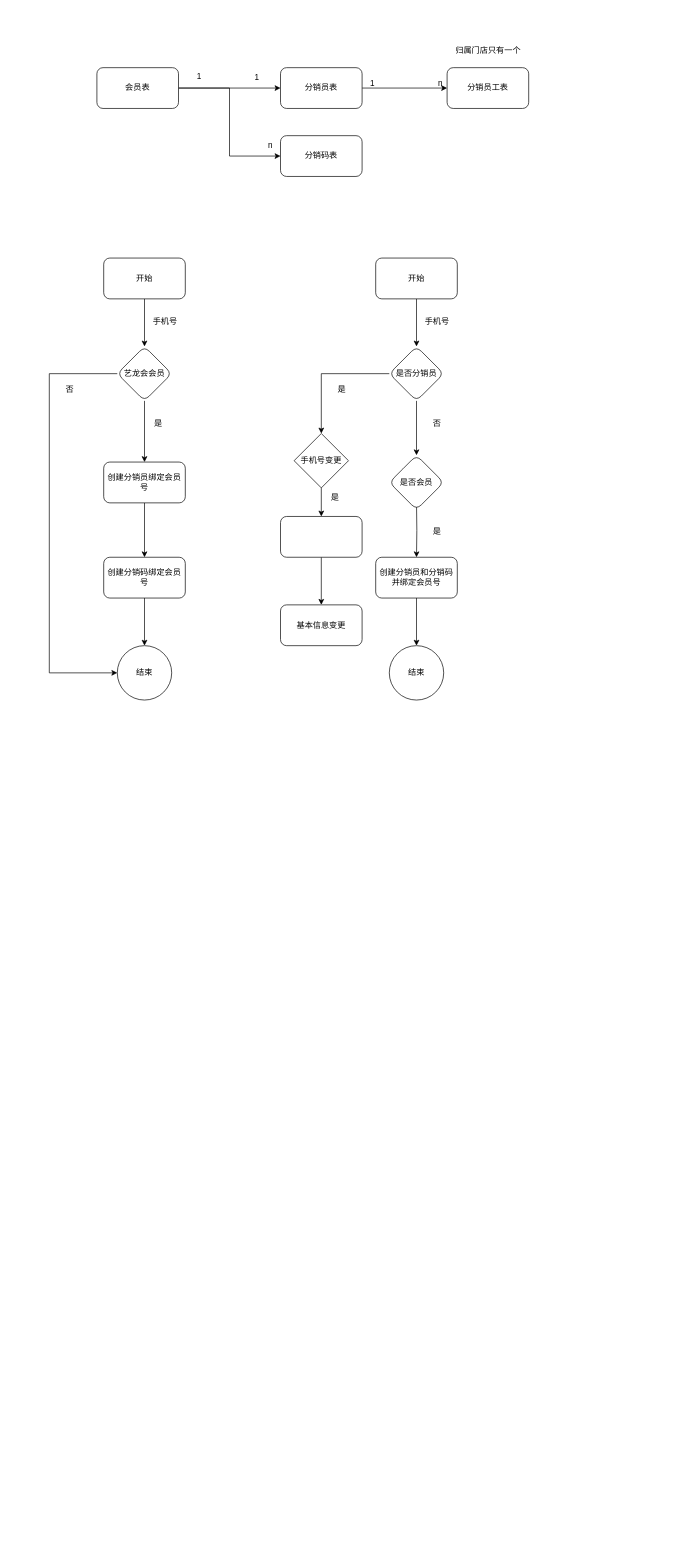
This is 分销.drawio from VilaNan/tsxxx.github.io, a draw.io file, before an edit. Source tidied: cells renumbered, new cells numbered last; positions are measured from the earlier drawing's top-left corner, leaving out a move shared by most shapes. Both pictures are drawn from the tidied source at 68%, with x=0, y=0 at pixel (49, 40).
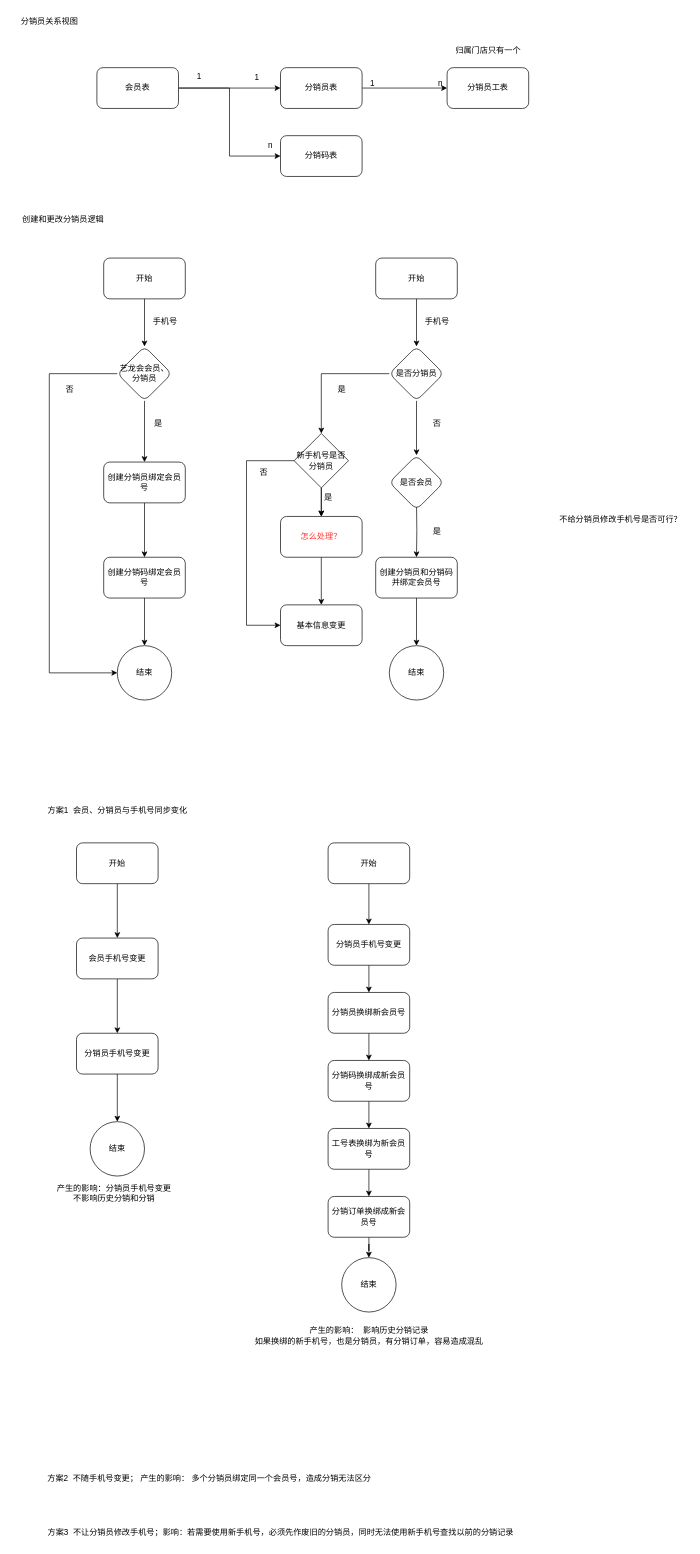
The same diagram, later.

Change to the diagram source:
```diff
@@
-    <mxCell id="19" value="艺龙会会员" style="rhombus;whiteSpace=wrap;html=1;rounded=1;" parent="1" vertex="1">
+    <mxCell id="19" value="艺龙会会员、分销员" style="rhombus;whiteSpace=wrap;html=1;rounded=1;" parent="1" vertex="1">
       <mxGeometry x="100" y="450" width="80" height="80" as="geometry" />
     </mxCell>
@@
+    <mxCell id="48" style="edgeStyle=orthogonalEdgeStyle;rounded=0;jettySize=auto;html=1;" parent="1" edge="1" source="43" target="45">
+      <mxGeometry relative="1" as="geometry" />
+    </mxCell>
+    <mxCell id="49" style="edgeStyle=orthogonalEdgeStyle;rounded=0;jettySize=auto;html=1;entryX=0;entryY=0.5;entryDx=0;entryDy=0;" parent="1" edge="1" source="43" target="47">
+      <mxGeometry relative="1" as="geometry">
+        <Array as="points">
+          <mxPoint x="290" y="618" />
+          <mxPoint x="290" y="860" />
+        </Array>
+      </mxGeometry>
+    </mxCell>
-    <mxCell id="43" value="手机号变更" style="rhombus;whiteSpace=wrap;html=1;" parent="1" vertex="1">
+    <mxCell id="43" value="新手机号是否分销员" style="rhombus;whiteSpace=wrap;html=1;" parent="1" vertex="1">
       <mxGeometry x="360" y="578" width="80" height="80" as="geometry" />
     </mxCell>
@@
-    <mxCell id="45" style="rounded=1;whiteSpace=wrap;html=1;" parent="1" vertex="1">
+    <mxCell id="45" value="&lt;font color=&quot;#ff3333&quot;&gt;怎么处理？&lt;/font&gt;" style="rounded=1;whiteSpace=wrap;html=1;" parent="1" vertex="1">
       <mxGeometry x="340" y="700" width="120" height="60" as="geometry" />
     </mxCell>
+    <mxCell id="47" value="基本信息变更" style="rounded=1;whiteSpace=wrap;html=1;" parent="1" vertex="1">
+      <mxGeometry x="340" y="830" width="120" height="60" as="geometry" />
+    </mxCell>
     <mxCell id="46" value="是" style="text;html=1;align=center;verticalAlign=middle;strokeColor=none;fillColor=none;" parent="1" vertex="1">
-      <mxGeometry x="400" y="658" width="40" height="30" as="geometry" />
+      <mxGeometry x="390" y="658" width="40" height="30" as="geometry" />
     </mxCell>
-    <mxCell id="47" value="基本信息变更" style="rounded=1;whiteSpace=wrap;html=1;" parent="1" vertex="1">
-      <mxGeometry x="340" y="830" width="120" height="60" as="geometry" />
-    </mxCell>
+    <mxCell id="50" value="否" style="text;html=1;align=center;verticalAlign=middle;strokeColor=none;fillColor=none;" parent="1" vertex="1">
+      <mxGeometry x="295" y="620" width="40" height="30" as="geometry" />
+    </mxCell>
+    <mxCell id="51" value="不给分销员修改手机号是否可行？" style="text;html=1;align=center;verticalAlign=middle;strokeColor=none;fillColor=none;" parent="1" vertex="1">
+      <mxGeometry x="740" y="690" width="200" height="30" as="geometry" />
+    </mxCell>
+    <mxCell id="52" style="edgeStyle=orthogonalEdgeStyle;rounded=0;jettySize=auto;html=1;" parent="1" edge="1" source="53" target="56">
+      <mxGeometry relative="1" as="geometry" />
+    </mxCell>
+    <mxCell id="53" value="开始" style="rounded=1;whiteSpace=wrap;html=1;" parent="1" vertex="1">
+      <mxGeometry x="40" y="1180" width="120" height="60" as="geometry" />
+    </mxCell>
+    <mxCell id="54" value="方案1&amp;nbsp; 会员、分销员与手机号同步变化" style="text;html=1;align=center;verticalAlign=middle;strokeColor=none;fillColor=none;" parent="1" vertex="1">
+      <mxGeometry x="-15" y="1118" width="230" height="30" as="geometry" />
+    </mxCell>
+    <mxCell id="55" style="edgeStyle=orthogonalEdgeStyle;rounded=0;jettySize=auto;html=1;" parent="1" edge="1" source="56" target="60">
+      <mxGeometry relative="1" as="geometry" />
+    </mxCell>
+    <mxCell id="56" value="会员手机号变更" style="rounded=1;whiteSpace=wrap;html=1;" parent="1" vertex="1">
+      <mxGeometry x="40" y="1320" width="120" height="60" as="geometry" />
+    </mxCell>
+    <mxCell id="57" value="创建和更改分销员逻辑" style="text;html=1;align=center;verticalAlign=middle;strokeColor=none;fillColor=none;" parent="1" vertex="1">
+      <mxGeometry x="-50" y="248" width="140" height="30" as="geometry" />
+    </mxCell>
+    <mxCell id="58" value="分销员关系视图" style="text;html=1;align=center;verticalAlign=middle;strokeColor=none;fillColor=none;" parent="1" vertex="1">
+      <mxGeometry x="-55" y="-42" width="110" height="30" as="geometry" />
+    </mxCell>
+    <mxCell id="59" style="edgeStyle=orthogonalEdgeStyle;rounded=0;jettySize=auto;html=1;" parent="1" edge="1" source="60" target="61">
+      <mxGeometry relative="1" as="geometry" />
+    </mxCell>
+    <mxCell id="60" value="分销员手机号变更" style="rounded=1;whiteSpace=wrap;html=1;" parent="1" vertex="1">
+      <mxGeometry x="40" y="1460" width="120" height="60" as="geometry" />
+    </mxCell>
+    <mxCell id="61" value="结束" style="ellipse;whiteSpace=wrap;html=1;rounded=1;" parent="1" vertex="1">
+      <mxGeometry x="60" y="1590" width="80" height="80" as="geometry" />
+    </mxCell>
+    <mxCell id="62" value="产生的影响：分销员手机号变更&lt;div&gt;不影响历史分销和分销&lt;/div&gt;" style="text;html=1;align=center;verticalAlign=middle;strokeColor=none;fillColor=none;" parent="1" vertex="1">
+      <mxGeometry y="1675" width="190" height="40" as="geometry" />
+    </mxCell>
+    <mxCell id="63" style="edgeStyle=orthogonalEdgeStyle;rounded=0;jettySize=auto;html=1;" parent="1" edge="1" source="64" target="66">
+      <mxGeometry relative="1" as="geometry" />
+    </mxCell>
+    <mxCell id="64" value="开始" style="rounded=1;whiteSpace=wrap;html=1;" parent="1" vertex="1">
+      <mxGeometry x="410" y="1180" width="120" height="60" as="geometry" />
+    </mxCell>
+    <mxCell id="65" style="edgeStyle=orthogonalEdgeStyle;rounded=0;jettySize=auto;html=1;" parent="1" edge="1" source="66" target="68">
+      <mxGeometry relative="1" as="geometry" />
+    </mxCell>
+    <mxCell id="66" value="分销员手机号变更" style="rounded=1;whiteSpace=wrap;html=1;" parent="1" vertex="1">
+      <mxGeometry x="410" y="1300" width="120" height="60" as="geometry" />
+    </mxCell>
+    <mxCell id="67" style="edgeStyle=orthogonalEdgeStyle;rounded=0;jettySize=auto;html=1;" parent="1" edge="1" source="68" target="70">
+      <mxGeometry relative="1" as="geometry" />
+    </mxCell>
+    <mxCell id="68" value="分销员换绑新会员号" style="rounded=1;whiteSpace=wrap;html=1;" parent="1" vertex="1">
+      <mxGeometry x="410" y="1400" width="120" height="60" as="geometry" />
+    </mxCell>
+    <mxCell id="69" style="edgeStyle=orthogonalEdgeStyle;rounded=0;jettySize=auto;html=1;" parent="1" edge="1" source="70" target="72">
+      <mxGeometry relative="1" as="geometry" />
+    </mxCell>
+    <mxCell id="70" value="分销码换绑成新会员号" style="rounded=1;whiteSpace=wrap;html=1;" parent="1" vertex="1">
+      <mxGeometry x="410" y="1500" width="120" height="60" as="geometry" />
+    </mxCell>
+    <mxCell id="71" style="edgeStyle=orthogonalEdgeStyle;rounded=0;jettySize=auto;html=1;" parent="1" edge="1" source="72" target="74">
+      <mxGeometry relative="1" as="geometry" />
+    </mxCell>
+    <mxCell id="72" value="工号表换绑为新会员号" style="rounded=1;whiteSpace=wrap;html=1;" parent="1" vertex="1">
+      <mxGeometry x="410" y="1600" width="120" height="60" as="geometry" />
+    </mxCell>
+    <mxCell id="73" style="edgeStyle=orthogonalEdgeStyle;rounded=0;jettySize=auto;html=1;" parent="1" edge="1" source="74" target="75">
+      <mxGeometry relative="1" as="geometry" />
+    </mxCell>
+    <mxCell id="74" value="分销订单换绑成新会员号" style="rounded=1;whiteSpace=wrap;html=1;" parent="1" vertex="1">
+      <mxGeometry x="410" y="1700" width="120" height="60" as="geometry" />
+    </mxCell>
+    <mxCell id="75" value="结束" style="ellipse;whiteSpace=wrap;html=1;rounded=1;" parent="1" vertex="1">
+      <mxGeometry x="430" y="1790" width="80" height="80" as="geometry" />
+    </mxCell>
+    <mxCell id="76" value="产生的影响：&amp;nbsp; 影响历史分销记录&lt;div&gt;如果换绑的新手机号，也是分销员，有分销订单，容易造成混乱&lt;/div&gt;" style="text;html=1;align=center;verticalAlign=middle;strokeColor=none;fillColor=none;" parent="1" vertex="1">
+      <mxGeometry x="290" y="1885" width="360" height="40" as="geometry" />
+    </mxCell>
+    <mxCell id="77" value="方案2&amp;nbsp; 不随手机号变更； 产生的影响： 多个分销员绑定同一个会员号，造成分销无法区分" style="text;html=1;align=center;verticalAlign=middle;strokeColor=none;fillColor=none;" parent="1" vertex="1">
+      <mxGeometry x="-15" y="2100" width="500" height="30" as="geometry" />
+    </mxCell>
+    <mxCell id="78" value="方案3&amp;nbsp; 不让分销员修改手机号；影响：若需要使用新手机号，必须先作废旧的分销员，同时无法使用新手机号查找以前的分销记录" style="text;html=1;align=center;verticalAlign=middle;strokeColor=none;fillColor=none;" parent="1" vertex="1">
+      <mxGeometry x="-15" y="2180" width="710" height="30" as="geometry" />
+    </mxCell>
```
